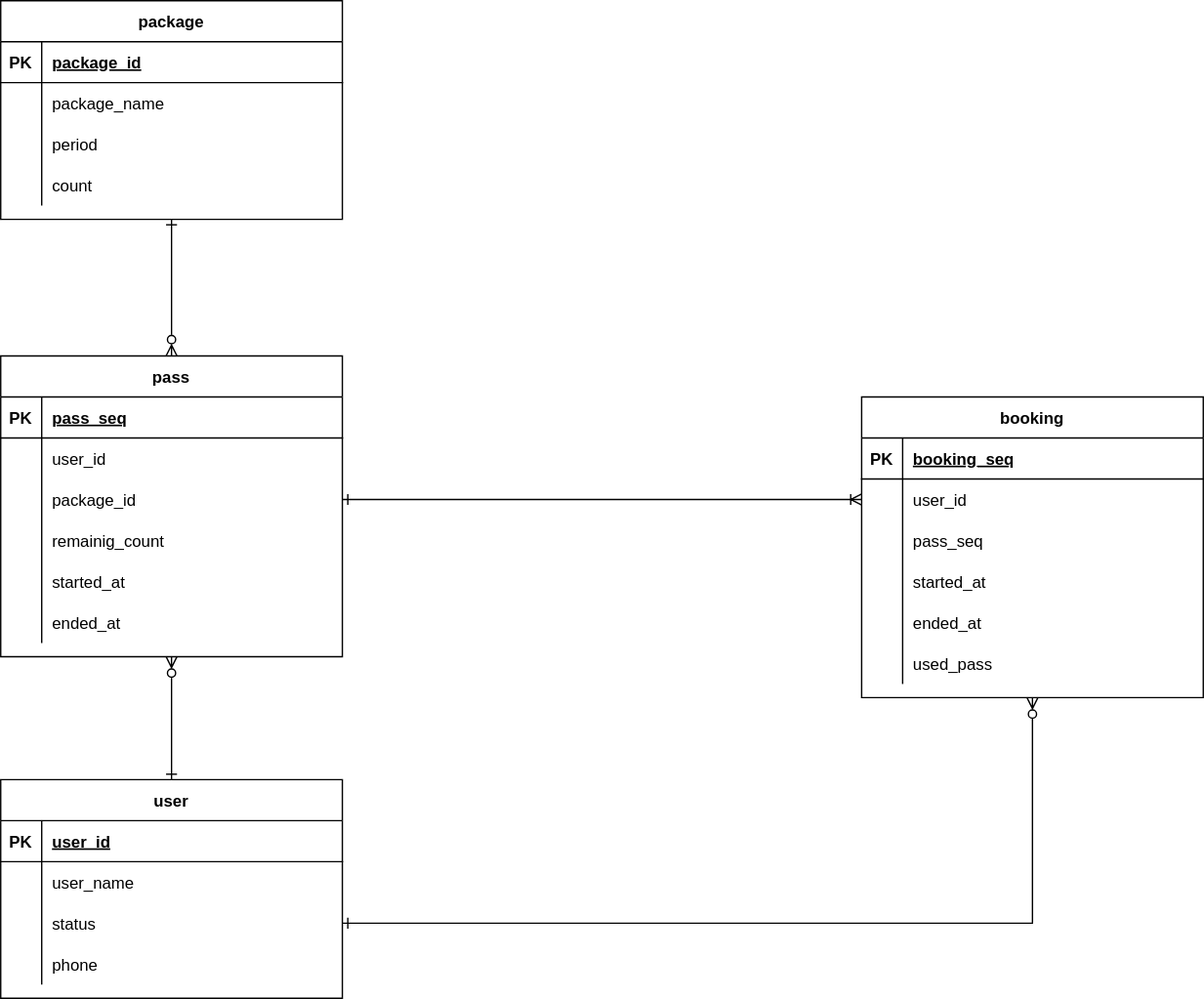
Earlier version of the draw.io export document/ERD.svg (YG-creator/PT-project). Source tidied: cells renumbered, new cells last; positions are measured from the earlier drawing's top-left corner, leaving out a move shared by most shapes.
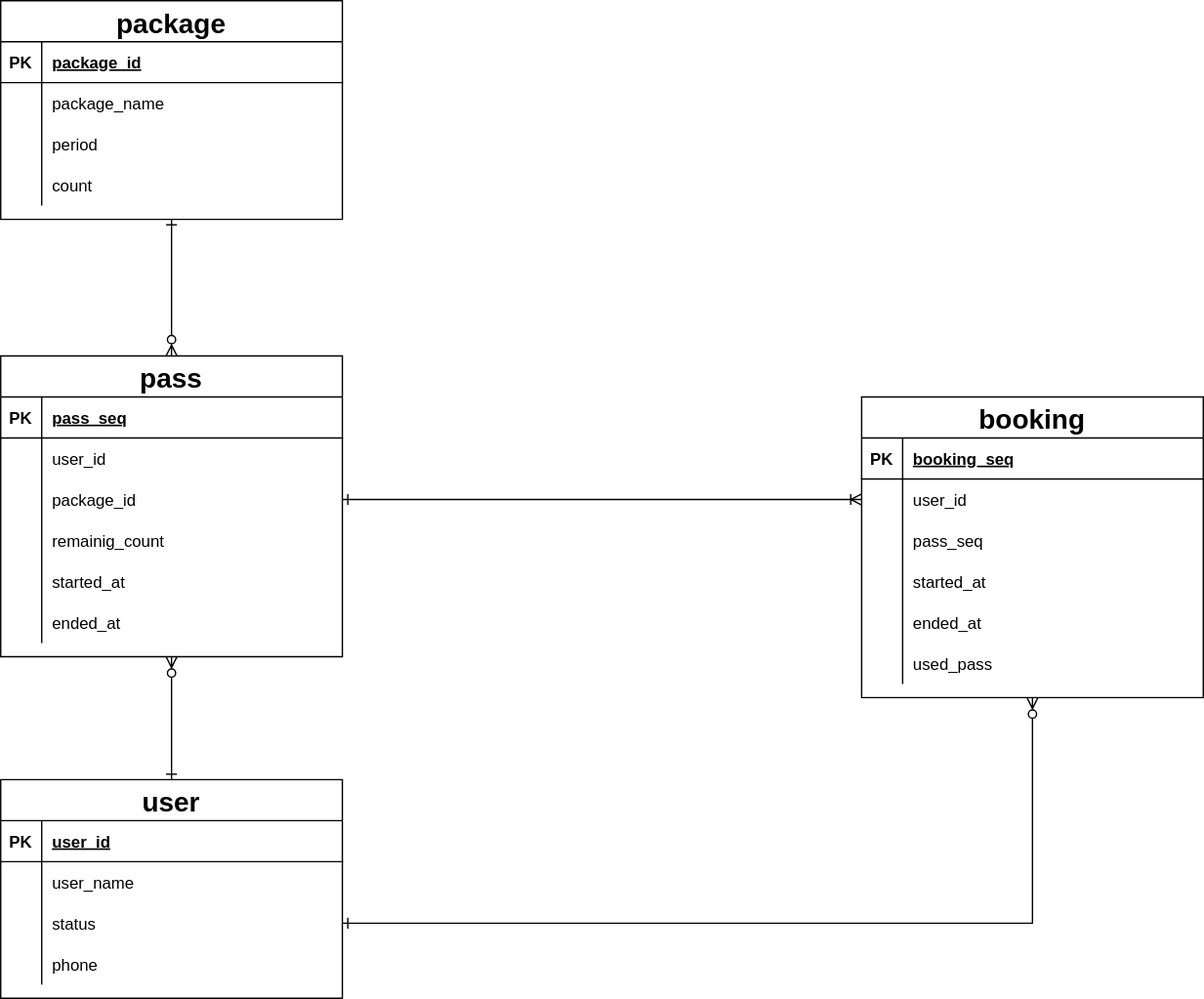
After the commit.

Change to the diagram source:
```diff
@@ -5,7 +5,7 @@
     <mxCell id="2" style="edgeStyle=orthogonalEdgeStyle;rounded=0;jettySize=auto;html=1;exitX=0.5;exitY=1;exitDx=0;exitDy=0;startArrow=ERone;startFill=0;endArrow=ERzeroToMany;endFill=0;" parent="1" edge="1" source="3" target="16">
       <mxGeometry relative="1" as="geometry" />
     </mxCell>
-    <mxCell id="3" value="package" style="shape=table;startSize=30;rowLines=0;fontStyle=1;align=center;" parent="1" vertex="1">
+    <mxCell id="3" value="package" style="shape=table;startSize=30;rowLines=0;fontStyle=1;align=center;fontSize=20;" parent="1" vertex="1">
       <mxGeometry width="250" height="160" as="geometry" />
     </mxCell>
     <mxCell id="4" style="shape=partialRectangle;fillColor=none;top=0;left=0;right=0;bottom=1;" parent="3" vertex="1">
@@ -44,7 +44,7 @@
     <mxCell id="15" value="count" style="shape=partialRectangle;overflow=hidden;fillColor=none;top=0;left=0;bottom=0;right=0;align=left;spacingLeft=6;" parent="13" vertex="1">
       <mxGeometry x="30" width="220" height="30" as="geometry" />
     </mxCell>
-    <mxCell id="16" value="pass" style="shape=table;startSize=30;rowLines=0;fontStyle=1;align=center;" parent="1" vertex="1">
+    <mxCell id="16" value="pass" style="shape=table;startSize=30;rowLines=0;fontStyle=1;align=center;fontSize=20;" parent="1" vertex="1">
       <mxGeometry y="260" width="250" height="220" as="geometry" />
     </mxCell>
     <mxCell id="17" style="shape=partialRectangle;fillColor=none;top=0;left=0;right=0;bottom=1;" parent="16" vertex="1">
@@ -101,7 +101,7 @@
     <mxCell id="34" value="ended_at" style="shape=partialRectangle;overflow=hidden;fillColor=none;top=0;left=0;bottom=0;right=0;align=left;spacingLeft=6;" parent="32" vertex="1">
       <mxGeometry x="30" width="220" height="30" as="geometry" />
     </mxCell>
-    <mxCell id="35" value="booking" style="shape=table;startSize=30;rowLines=0;fontStyle=1;align=center;" parent="1" vertex="1">
+    <mxCell id="35" value="booking" style="shape=table;startSize=30;rowLines=0;fontStyle=1;align=center;fontSize=20;" parent="1" vertex="1">
       <mxGeometry x="630" y="290" width="250" height="220" as="geometry" />
     </mxCell>
     <mxCell id="36" style="shape=partialRectangle;fillColor=none;top=0;left=0;right=0;bottom=1;" parent="35" vertex="1">
@@ -161,7 +161,7 @@
     <mxCell id="54" style="edgeStyle=orthogonalEdgeStyle;rounded=0;jettySize=auto;html=1;exitX=0.5;exitY=0;exitDx=0;exitDy=0;entryX=0.5;entryY=1;entryDx=0;entryDy=0;endArrow=ERzeroToMany;endFill=0;startArrow=ERone;startFill=0;" parent="1" edge="1" source="55" target="16">
       <mxGeometry relative="1" as="geometry" />
     </mxCell>
-    <mxCell id="55" value="user" style="shape=table;startSize=30;rowLines=0;fontStyle=1;align=center;" parent="1" vertex="1">
+    <mxCell id="55" value="user" style="shape=table;startSize=30;rowLines=0;fontStyle=1;align=center;fontSize=20;" parent="1" vertex="1">
       <mxGeometry y="570" width="250" height="160" as="geometry" />
     </mxCell>
     <mxCell id="56" style="shape=partialRectangle;fillColor=none;top=0;left=0;right=0;bottom=1;" parent="55" vertex="1">
```
